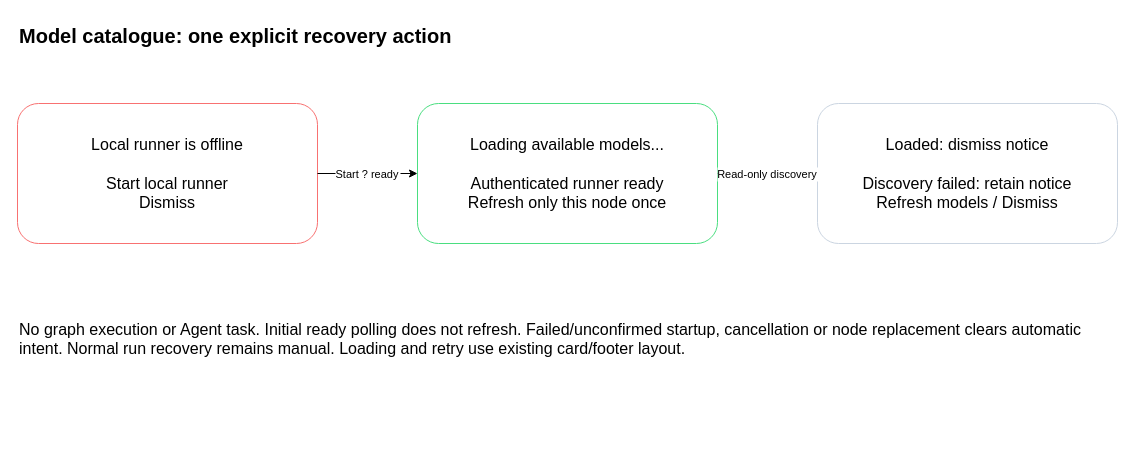
Before: page "Model catalogue startup recovery" (11 of 11) of projects/laomedo/subsystems/agent-execution/design/local-runner-recovery.drawio in amadou-6e/specs, a draw.io diagram. Source tidied: cells renumbered, new cells numbered last; positions are measured from the earlier drawing's top-left corner, leaving out a move shared by most shapes. Both pictures are drawn from the tidied source at 100%, with x=0, y=0 at pixel (17, 17).
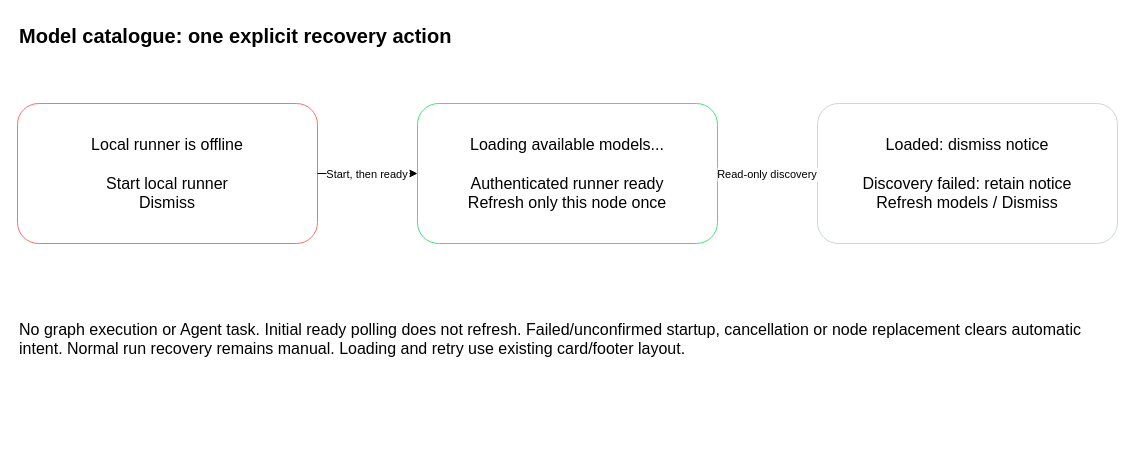
Above is the later version.

Commit message:
Use plain text for recovery design transition label

What changed in the source:
```diff
@@
 <mxGraphModel>
   <root>
     <mxCell id="0" />
     <mxCell id="1" parent="0" />
     <mxCell id="2" value="Model catalogue: one explicit recovery action" style="text;fontSize=20;fontStyle=1;align=left;whiteSpace=wrap;" parent="1" vertex="1">
       <mxGeometry width="1100" height="40" as="geometry" />
     </mxCell>
     <mxCell id="3" value="Local runner is offline&#10;&#10;Start local runner&#10;Dismiss" style="rounded=1;whiteSpace=wrap;fillColor=#FFFFFF;strokeColor=#F87171;fontSize=16;" parent="1" vertex="1">
       <mxGeometry y="86" width="300" height="140" as="geometry" />
     </mxCell>
     <mxCell id="4" value="Loading available models...&#10;&#10;Authenticated runner ready&#10;Refresh only this node once" style="rounded=1;whiteSpace=wrap;fillColor=#FFFFFF;strokeColor=#4ADE80;fontSize=16;" parent="1" vertex="1">
       <mxGeometry x="400" y="86" width="300" height="140" as="geometry" />
     </mxCell>
     <mxCell id="5" value="Loaded: dismiss notice&#10;&#10;Discovery failed: retain notice&#10;Refresh models / Dismiss" style="rounded=1;whiteSpace=wrap;fillColor=#FFFFFF;strokeColor=#CBD5E1;fontSize=16;" parent="1" vertex="1">
       <mxGeometry x="800" y="86" width="300" height="140" as="geometry" />
     </mxCell>
-    <mxCell id="6" value="Start ? ready" style="edgeStyle=orthogonalEdgeStyle;rounded=0;" parent="1" edge="1" source="3" target="4">
+    <mxCell id="6" value="Start, then ready" style="edgeStyle=orthogonalEdgeStyle;rounded=0;" parent="1" edge="1" source="3" target="4">
       <mxGeometry relative="1" as="geometry" />
     </mxCell>
     <mxCell id="7" value="Read-only discovery" style="edgeStyle=orthogonalEdgeStyle;rounded=0;" parent="1" edge="1" source="4" target="5">
       <mxGeometry relative="1" as="geometry" />
     </mxCell>
     <mxCell id="8" value="No graph execution or Agent task. Initial ready polling does not refresh. Failed/unconfirmed startup, cancellation or node replacement clears automatic intent. Normal run recovery remains manual. Loading and retry use existing card/footer layout." style="text;align=left;whiteSpace=wrap;fontSize=16;" parent="1" vertex="1">
       <mxGeometry y="296" width="1100" height="120" as="geometry" />
     </mxCell>
   </root>
 </mxGraphModel>
```
